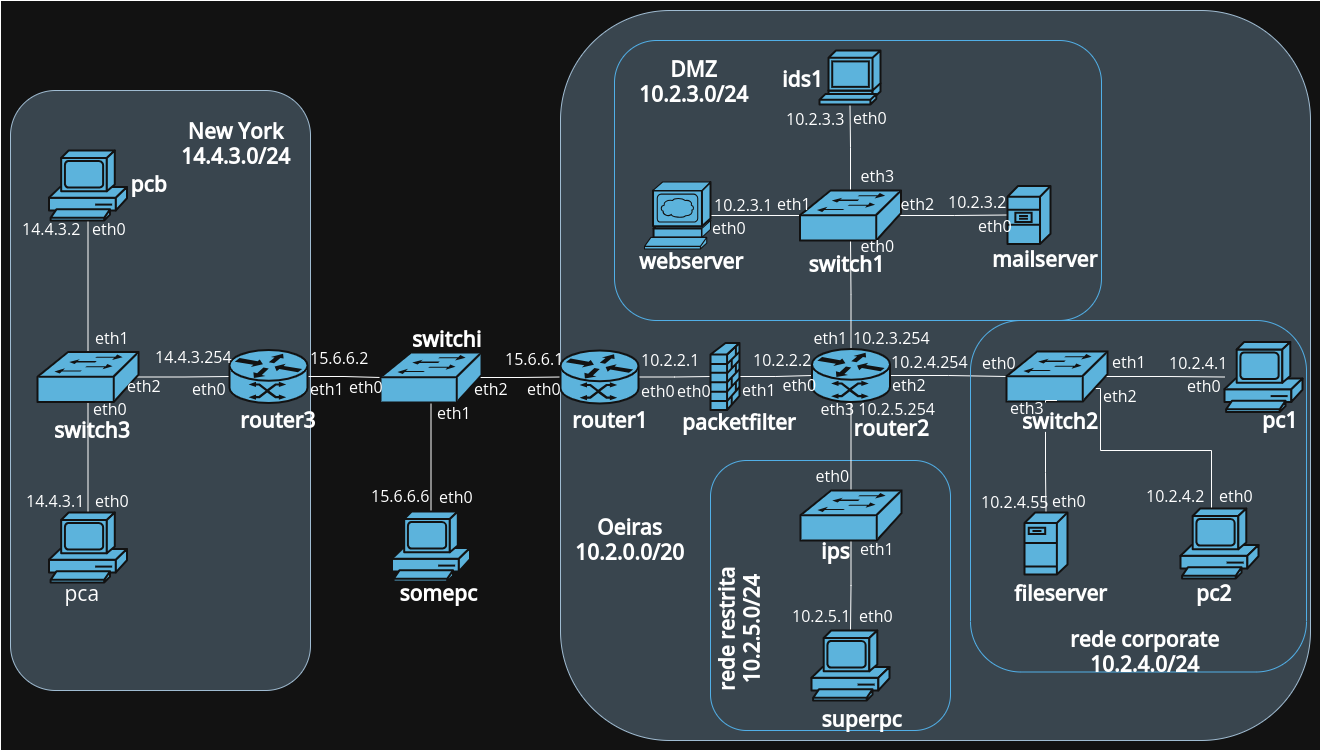
Earlier version of the draw.io export network.drawio.png (IcQuackson/SIRS-LETI-24-25-Project). Source tidied: cells renumbered, new cells last; positions are measured from the earlier drawing's top-left corner, leaving out a move shared by most shapes.
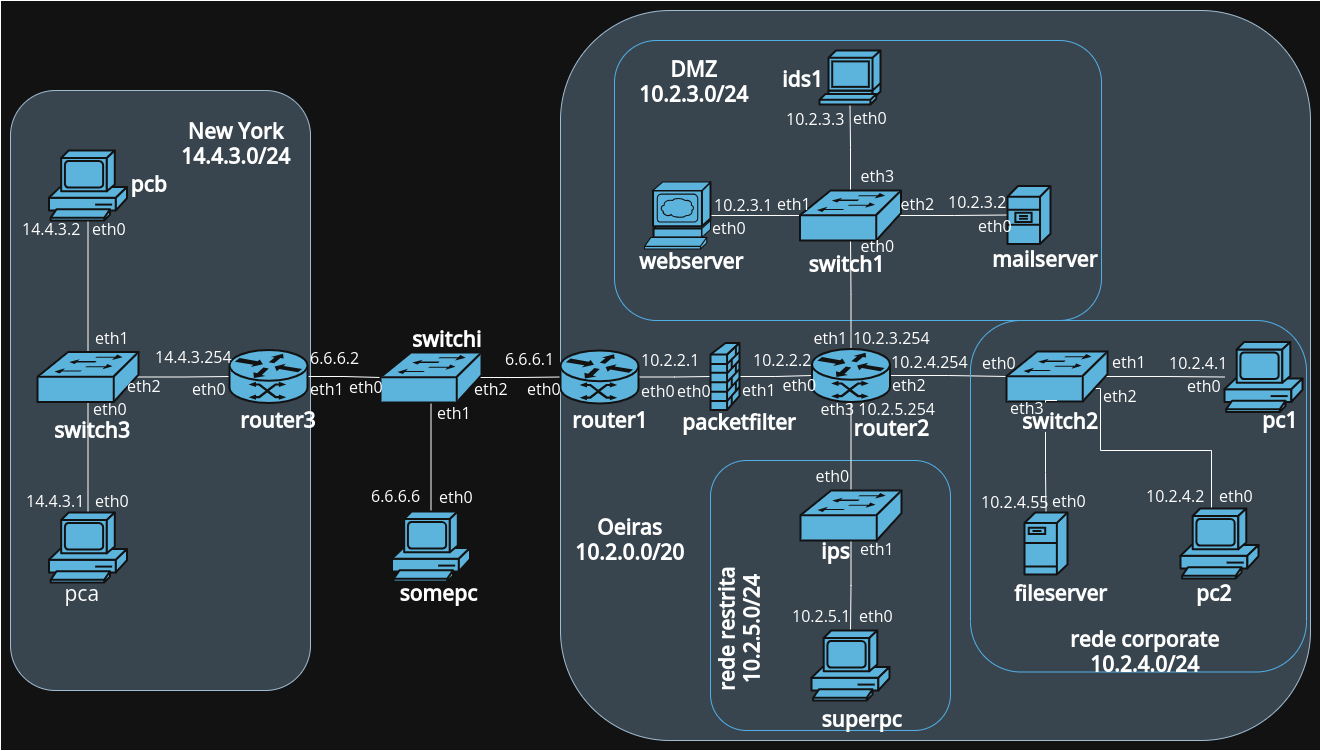
After the change.

Change to the diagram source:
```diff
@@ -353,7 +353,7 @@
     <mxCell id="116" value="eth0" style="text;fontSize=16;fontFamily=Open Sans;labelBackgroundColor=none;labelBorderColor=none;textShadow=0;fontColor=default;horizontal=1;fontSource=https%3A%2F%2Ffonts.googleapis.com%2Fcss%3Ffamily%3DOpen%2BSans;" parent="1" vertex="1">
       <mxGeometry x="190" y="372.8" width="43" height="27" as="geometry" />
     </mxCell>
-    <mxCell id="117" value="15.6.6.2" style="text;fontSize=16;fontFamily=Open Sans;labelBackgroundColor=none;labelBorderColor=none;textShadow=0;fontColor=default;horizontal=1;fontSource=https%3A%2F%2Ffonts.googleapis.com%2Fcss%3Ffamily%3DOpen%2BSans;" parent="1" vertex="1">
+    <mxCell id="117" value="6.6.6.2" style="text;fontSize=16;fontFamily=Open Sans;labelBackgroundColor=none;labelBorderColor=none;textShadow=0;fontColor=default;horizontal=1;fontSource=https%3A%2F%2Ffonts.googleapis.com%2Fcss%3Ffamily%3DOpen%2BSans;" parent="1" vertex="1">
       <mxGeometry x="308" y="341.5" width="70" height="40" as="geometry" />
     </mxCell>
     <mxCell id="118" value="eth1" style="text;fontSize=16;fontFamily=Open Sans;labelBackgroundColor=none;labelBorderColor=none;textShadow=0;fontColor=default;horizontal=1;fontSource=https%3A%2F%2Ffonts.googleapis.com%2Fcss%3Ffamily%3DOpen%2BSans;" parent="1" vertex="1">
@@ -374,7 +374,7 @@
     <mxCell id="123" value="10.2.3.3" style="text;fontSize=16;fontFamily=Open Sans;labelBackgroundColor=none;labelBorderColor=none;textShadow=0;fontColor=default;horizontal=1;fontSource=https%3A%2F%2Ffonts.googleapis.com%2Fcss%3Ffamily%3DOpen%2BSans;" parent="1" vertex="1">
       <mxGeometry x="784" y="103" width="70" height="40" as="geometry" />
     </mxCell>
-    <mxCell id="124" value="15.6.6.1" style="text;fontSize=16;fontFamily=Open Sans;labelBackgroundColor=none;labelBorderColor=none;textShadow=0;fontColor=default;horizontal=1;fontSource=https%3A%2F%2Ffonts.googleapis.com%2Fcss%3Ffamily%3DOpen%2BSans;" parent="1" vertex="1">
+    <mxCell id="124" value="6.6.6.1" style="text;fontSize=16;fontFamily=Open Sans;labelBackgroundColor=none;labelBorderColor=none;textShadow=0;fontColor=default;horizontal=1;fontSource=https%3A%2F%2Ffonts.googleapis.com%2Fcss%3Ffamily%3DOpen%2BSans;" parent="1" vertex="1">
       <mxGeometry x="503" y="342.5" width="70" height="40" as="geometry" />
     </mxCell>
     <mxCell id="125" value="eth0" style="text;fontSize=16;fontFamily=Open Sans;labelBackgroundColor=none;labelBorderColor=none;textShadow=0;fontColor=default;horizontal=1;fontSource=https%3A%2F%2Ffonts.googleapis.com%2Fcss%3Ffamily%3DOpen%2BSans;" parent="1" vertex="1">
@@ -404,7 +404,7 @@
     <mxCell id="133" value="eth2" style="text;fontSize=16;fontFamily=Open Sans;labelBackgroundColor=none;labelBorderColor=none;textShadow=0;fontColor=default;horizontal=1;fontSource=https%3A%2F%2Ffonts.googleapis.com%2Fcss%3Ffamily%3DOpen%2BSans;" parent="1" vertex="1">
       <mxGeometry x="890" y="369.2" width="50" height="40" as="geometry" />
     </mxCell>
-    <mxCell id="134" value="15.6.6.6" style="text;fontSize=16;fontFamily=Open Sans;labelBackgroundColor=none;labelBorderColor=none;textShadow=0;fontColor=default;horizontal=1;fontSource=https%3A%2F%2Ffonts.googleapis.com%2Fcss%3Ffamily%3DOpen%2BSans;" parent="1" vertex="1">
+    <mxCell id="134" value="6.6.6.6" style="text;fontSize=16;fontFamily=Open Sans;labelBackgroundColor=none;labelBorderColor=none;textShadow=0;fontColor=default;horizontal=1;fontSource=https%3A%2F%2Ffonts.googleapis.com%2Fcss%3Ffamily%3DOpen%2BSans;" parent="1" vertex="1">
       <mxGeometry x="369" y="480" width="70" height="40" as="geometry" />
     </mxCell>
     <mxCell id="135" value="eth0" style="text;fontSize=16;fontFamily=Open Sans;labelBackgroundColor=none;labelBorderColor=none;textShadow=0;fontColor=default;horizontal=1;fontSource=https%3A%2F%2Ffonts.googleapis.com%2Fcss%3Ffamily%3DOpen%2BSans;" parent="1" vertex="1">
```
